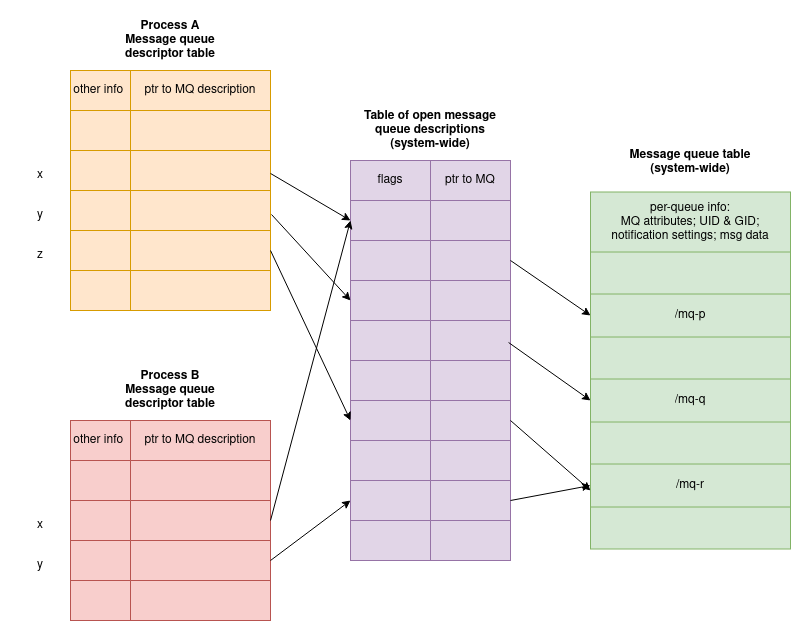
Before: docs/assets/message_queue_table.drawio.png, a diagram exported from draw.io (da0p/GithubPage). Source tidied: cells renumbered, new cells last; positions are measured from the earlier drawing's top-left corner, leaving out a move shared by most shapes.
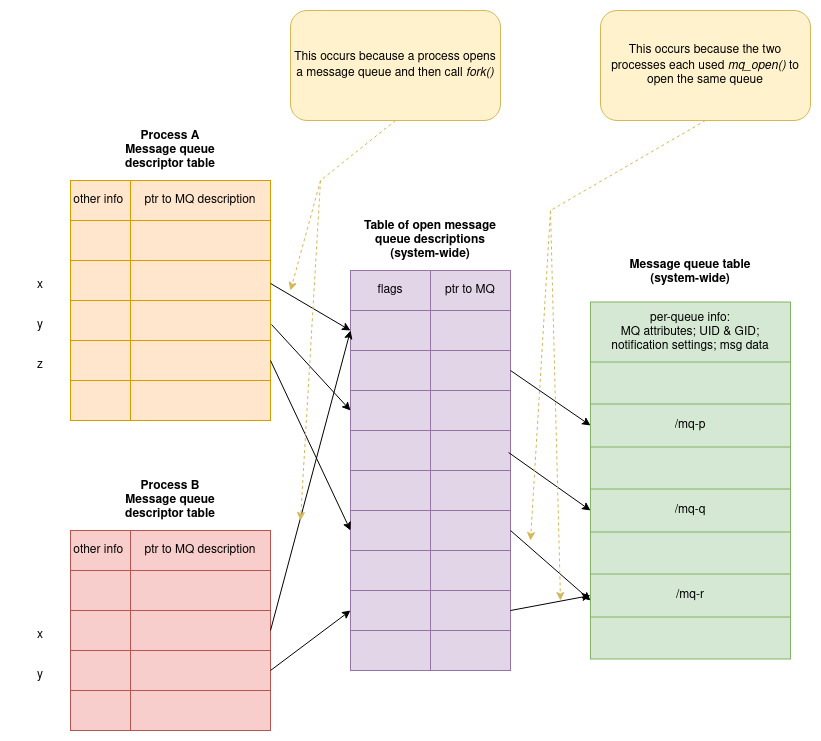
Above is the later version.

Change to the diagram source:
```diff
@@ -307,5 +307,39 @@
         <mxPoint x="580" y="480" as="targetPoint" />
       </mxGeometry>
     </mxCell>
+    <mxCell id="103" value="This occurs because a process opens a message queue and then call &lt;i&gt;fork()&lt;/i&gt;" style="rounded=1;whiteSpace=wrap;html=1;fillColor=#fff2cc;strokeColor=#d6b656;" parent="1" vertex="1">
+      <mxGeometry x="280" y="-110" width="210" height="110" as="geometry" />
+    </mxCell>
+    <mxCell id="104" style="endArrow=classic;html=1;rounded=0;exitX=0.5;exitY=1;exitDx=0;exitDy=0;fillColor=#fff2cc;strokeColor=#d6b656;dashed=1;" parent="1" edge="1" source="103">
+      <mxGeometry relative="1" as="geometry">
+        <mxPoint x="280" y="170" as="targetPoint" />
+        <Array as="points">
+          <mxPoint x="310" y="60" />
+        </Array>
+      </mxGeometry>
+    </mxCell>
+    <mxCell id="105" style="endArrow=classic;html=1;rounded=0;fillColor=#fff2cc;strokeColor=#d6b656;dashed=1;" parent="1" edge="1">
+      <mxGeometry relative="1" as="geometry">
+        <mxPoint x="310" y="60" as="sourcePoint" />
+        <mxPoint x="290" y="400" as="targetPoint" />
+      </mxGeometry>
+    </mxCell>
+    <mxCell id="106" value="This occurs because the two processes each used &lt;i&gt;mq_open()&lt;/i&gt; to open the same queue" style="rounded=1;whiteSpace=wrap;html=1;fillColor=#fff2cc;strokeColor=#d6b656;" parent="1" vertex="1">
+      <mxGeometry x="590" y="-110" width="210" height="110" as="geometry" />
+    </mxCell>
+    <mxCell id="107" style="endArrow=classic;html=1;rounded=0;exitX=0.5;exitY=1;exitDx=0;exitDy=0;fillColor=#fff2cc;strokeColor=#d6b656;dashed=1;" parent="1" edge="1" source="106">
+      <mxGeometry relative="1" as="geometry">
+        <mxPoint x="520" y="420" as="targetPoint" />
+        <Array as="points">
+          <mxPoint x="540" y="90" />
+        </Array>
+      </mxGeometry>
+    </mxCell>
+    <mxCell id="108" style="endArrow=classic;html=1;rounded=0;dashed=1;fillColor=#fff2cc;strokeColor=#d6b656;" parent="1" edge="1">
+      <mxGeometry relative="1" as="geometry">
+        <mxPoint x="540" y="90" as="sourcePoint" />
+        <mxPoint x="550" y="480" as="targetPoint" />
+      </mxGeometry>
+    </mxCell>
   </root>
 </mxGraphModel>
```
